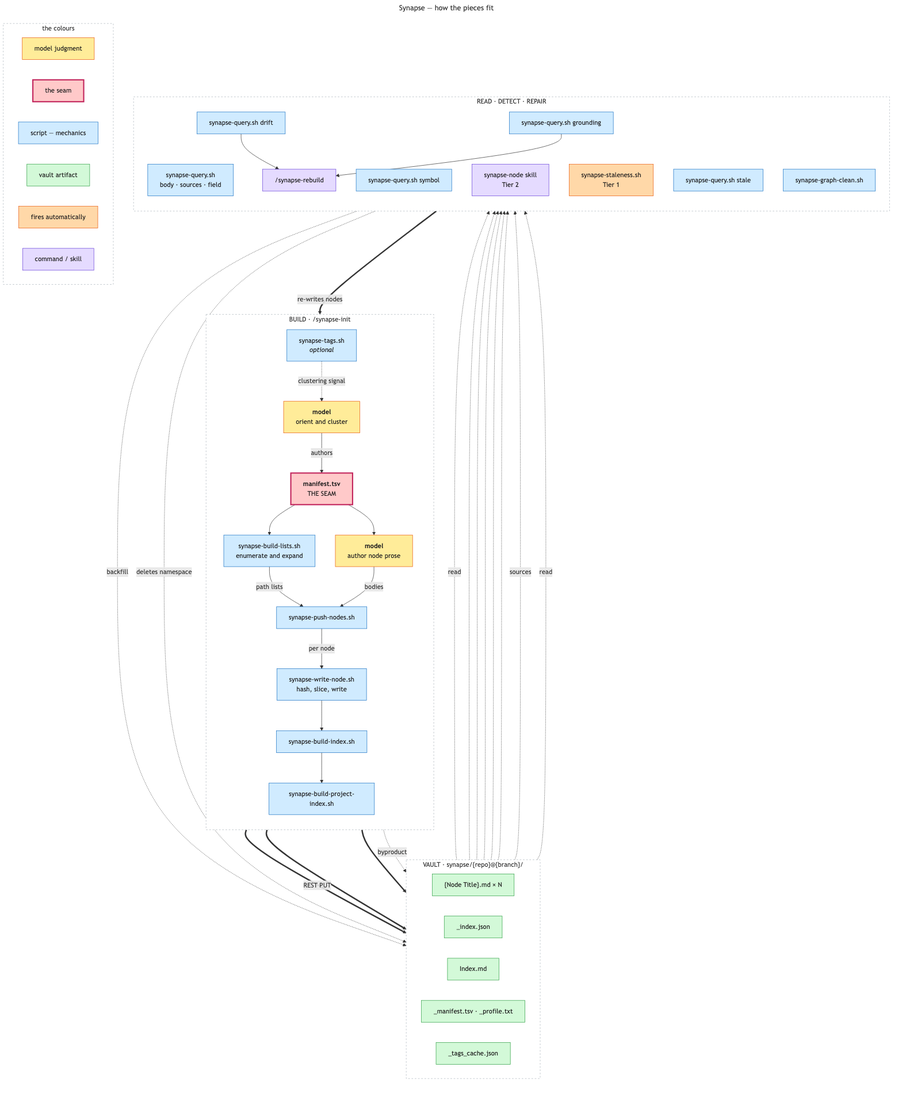
Before: docs/diagrams/synapse-pipeline.png, a diagram exported from Mermaid (imunitic/second-brain-setup). Its source is kept beside it as docs/diagrams/synapse-pipeline.mmd.
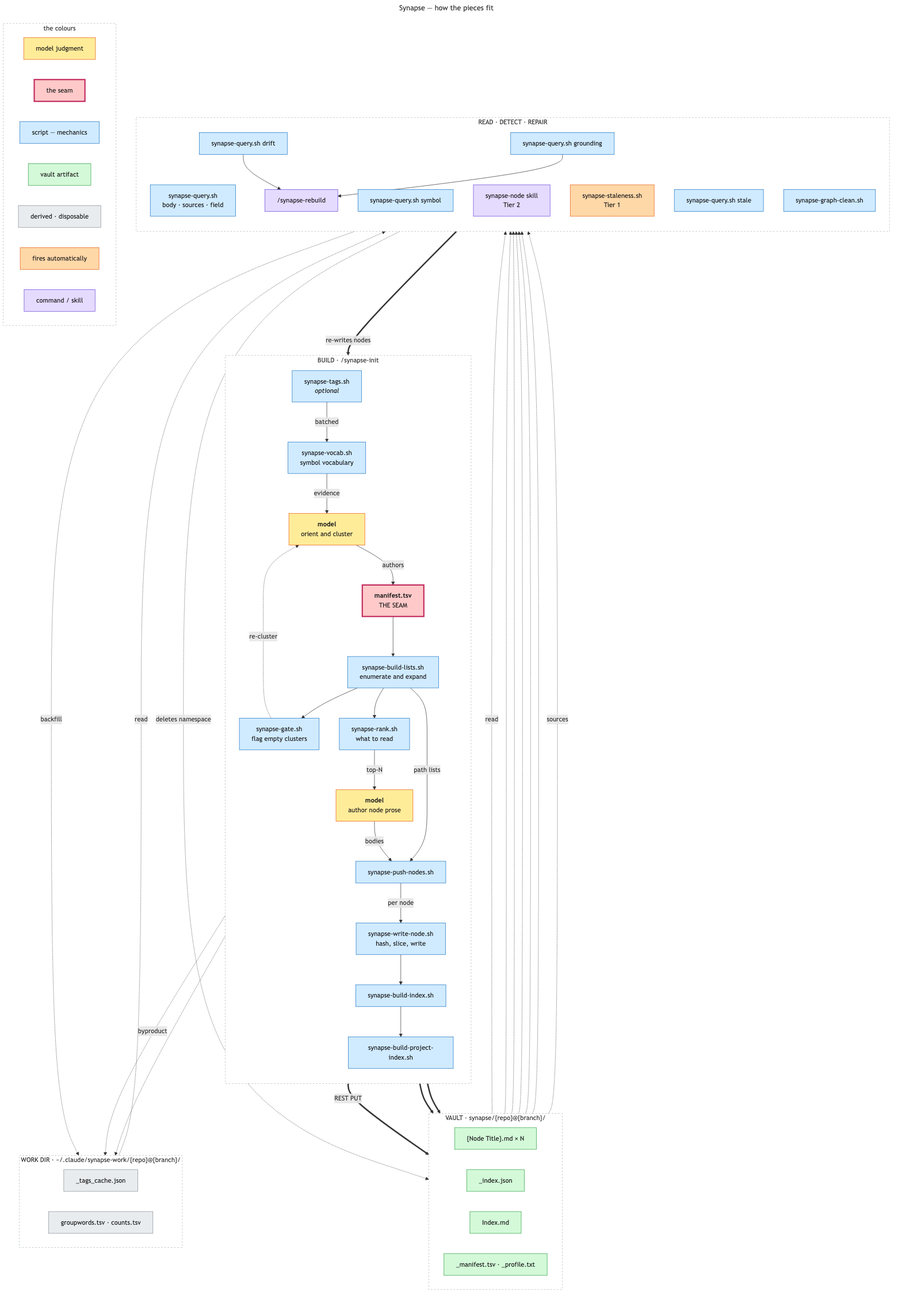
Above is the later version.

Commit message:
docs(pipeline): show the vocabulary, gate and ranking steps; move the cache lane

The edit, as a diff of the source:
```diff
@@ -6,25 +6,33 @@
     classDef seam fill:#ffc9c9,stroke:#c2255c,color:#1e1e1e,stroke-width:3px
     classDef script fill:#d0ebff,stroke:#1971c2,color:#1e1e1e
     classDef vault fill:#d3f9d8,stroke:#2f9e44,color:#1e1e1e
+    classDef work fill:#e9ecef,stroke:#868e96,color:#1e1e1e
     classDef hook fill:#ffd8a8,stroke:#e8590c,color:#1e1e1e
     classDef cmd fill:#e5dbff,stroke:#6741d9,color:#1e1e1e
 
     subgraph BUILD["BUILD · /synapse-init"]
         direction TB
+        TAGS["synapse-tags.sh<br/><i>optional</i>"]
+        VOCAB["synapse-vocab.sh<br/>symbol vocabulary"]
         ORIENT["<b>model</b><br/>orient and cluster"]
         MANIFEST["<b>manifest.tsv</b><br/>THE SEAM"]
         LISTS["synapse-build-lists.sh<br/>enumerate and expand"]
+        GATE["synapse-gate.sh<br/>flag empty clusters"]
+        RANK["synapse-rank.sh<br/>what to read"]
         PROSE["<b>model</b><br/>author node prose"]
         PUSH["synapse-push-nodes.sh"]
         WRITE["synapse-write-node.sh<br/>hash, slice, write"]
         IDX["synapse-build-index.sh"]
         PIDX["synapse-build-project-index.sh"]
-        TAGS["synapse-tags.sh<br/><i>optional</i>"]
 
-        TAGS -.->|"clustering signal"| ORIENT
+        TAGS -->|"batched"| VOCAB
+        VOCAB -->|"evidence"| ORIENT
         ORIENT -->|"authors"| MANIFEST
         MANIFEST --> LISTS
-        MANIFEST --> PROSE
+        LISTS --> GATE
+        GATE -.->|"re-cluster"| ORIENT
+        LISTS --> RANK
+        RANK -->|"top-N"| PROSE
         LISTS -->|"path lists"| PUSH
         PROSE -->|"bodies"| PUSH
         PUSH -->|"per node"| WRITE
@@ -37,13 +45,19 @@
         JSON["_index.json"]
         INDEX["Index.md"]
         AUX["_manifest.tsv · _profile.txt"]
+    end
+
+    subgraph WORK["WORK DIR · ~/.claude/synapse-work/{repo}@{branch}/"]
+        direction LR
         TAGSCACHE["_tags_cache.json"]
+        WORDS["groupwords.tsv · counts.tsv"]
     end
 
     WRITE ==>|"REST PUT"| NODE
     IDX ==> JSON
     PIDX ==> INDEX
     WRITE -.->|"byproduct"| TAGSCACHE
+    VOCAB -.-> WORDS
 
     subgraph USE["READ · DETECT · REPAIR"]
         direction TB
@@ -75,8 +89,9 @@
 
     class ORIENT,PROSE model
     class MANIFEST seam
-    class LISTS,PUSH,WRITE,IDX,PIDX,TAGS,QUERY,SYMBOL,STALE2,DRIFT,GROUND,CLEAN script
-    class NODE,JSON,INDEX,AUX,TAGSCACHE vault
+    class LISTS,PUSH,WRITE,IDX,PIDX,TAGS,VOCAB,GATE,RANK,QUERY,SYMBOL,STALE2,DRIFT,GROUND,CLEAN script
+    class NODE,JSON,INDEX,AUX vault
+    class TAGSCACHE,WORDS work
     class STALE1 hook
     class REBUILD,NODESKILL cmd
 
@@ -86,6 +101,7 @@
         K2["the seam"]
         K3["script — mechanics"]
         K4["vault artifact"]
+        K7["derived · disposable"]
         K5["fires automatically"]
         K6["command / skill"]
     end
@@ -93,10 +109,12 @@
     class K2 seam
     class K3 script
     class K4 vault
+    class K7 work
     class K5 hook
     class K6 cmd
 
     style BUILD fill:#ffffff,stroke:#adb5bd,stroke-dasharray:4 4
     style VAULT fill:#ffffff,stroke:#adb5bd,stroke-dasharray:4 4
+    style WORK fill:#ffffff,stroke:#adb5bd,stroke-dasharray:4 4
     style USE fill:#ffffff,stroke:#adb5bd,stroke-dasharray:4 4
     style KEY fill:#ffffff,stroke:#adb5bd,stroke-dasharray:4 4
```
